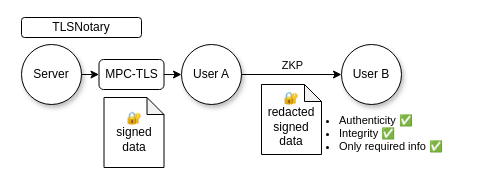
The draw.io diagram diagrams/data_provenance_tlsn.drawio in tlsnotary/docs-mdbook, before the edit. Source tidied: cells renumbered, new cells numbered last; positions are measured from the earlier drawing's top-left corner, leaving out a move shared by most shapes. Both pictures are drawn from the tidied source at 100%, with x=0, y=0 at pixel (21, 17).
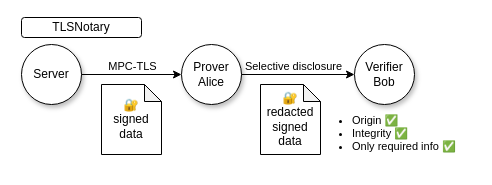
The same page after the edit.

Diff of the diagram source:
```diff
@@
 <mxGraphModel>
   <root>
     <mxCell id="0" />
     <mxCell id="1" parent="0" />
     <mxCell id="2" value="TLSNotary" style="rounded=1;whiteSpace=wrap;html=1;" parent="1" vertex="1">
       <mxGeometry width="120" height="20" as="geometry" />
     </mxCell>
     <mxCell id="3" value="Server" style="ellipse;whiteSpace=wrap;html=1;shadow=1;" parent="1" vertex="1">
       <mxGeometry y="27" width="60" height="60" as="geometry" />
     </mxCell>
-    <mxCell id="4" value="User A" style="ellipse;whiteSpace=wrap;html=1;shadow=1;" parent="1" vertex="1">
+    <mxCell id="4" value="Prover&lt;br&gt;Alice" style="ellipse;whiteSpace=wrap;html=1;shadow=1;" parent="1" vertex="1">
       <mxGeometry x="160" y="27" width="60" height="60" as="geometry" />
     </mxCell>
-    <mxCell id="5" value="User B" style="ellipse;whiteSpace=wrap;html=1;shadow=1;" parent="1" vertex="1">
-      <mxGeometry x="320" y="27" width="60" height="60" as="geometry" />
+    <mxCell id="5" value="Verifier&lt;br&gt;Bob" style="ellipse;whiteSpace=wrap;html=1;shadow=1;" parent="1" vertex="1">
+      <mxGeometry x="333" y="27" width="60" height="60" as="geometry" />
     </mxCell>
     <mxCell id="6" style="edgeStyle=orthogonalEdgeStyle;rounded=0;jettySize=auto;html=1;exitX=1;exitY=0.5;exitDx=0;exitDy=0;entryX=0;entryY=0.5;entryDx=0;entryDy=0;" parent="1" edge="1" source="4" target="5">
       <mxGeometry relative="1" as="geometry" />
     </mxCell>
-    <mxCell id="7" value="ZKP" style="edgeLabel;html=1;align=center;verticalAlign=middle;" parent="6" vertex="1">
-      <mxGeometry x="-0.24" y="1" relative="1" as="geometry">
-        <mxPoint x="12" y="-9" as="offset" />
-      </mxGeometry>
-    </mxCell>
+    <mxCell id="14" value="Selective disclosure" style="edgeLabel;html=1;align=center;verticalAlign=middle;labelBackgroundColor=none;" parent="6" vertex="1">
+      <mxGeometry x="0.14" y="-1" relative="1" as="geometry">
+        <mxPoint x="-13" y="-10" as="offset" />
+      </mxGeometry>
+    </mxCell>
     <mxCell id="8" value="🔐&lt;br&gt;signed&lt;br&gt;data&lt;br&gt;" style="shape=note;whiteSpace=wrap;html=1;backgroundOutline=1;darkOpacity=0.05;size=17;" parent="1" vertex="1">
-      <mxGeometry x="82.5" y="80" width="60" height="70" as="geometry" />
+      <mxGeometry x="80" y="67" width="60" height="70" as="geometry" />
     </mxCell>
     <mxCell id="9" value="🔐redacted&lt;br&gt;signed&lt;br style=&quot;border-color: var(--border-color);&quot;&gt;data" style="shape=note;whiteSpace=wrap;html=1;backgroundOutline=1;darkOpacity=0.05;size=17;" parent="1" vertex="1">
-      <mxGeometry x="240" y="67" width="60" height="70" as="geometry" />
+      <mxGeometry x="239" y="67" width="60" height="70" as="geometry" />
     </mxCell>
-    <mxCell id="10" value="&lt;ul style=&quot;font-size: 11px;&quot;&gt;&lt;li style=&quot;border-color: var(--border-color);&quot;&gt;Authenticity ✅&lt;/li&gt;&lt;li style=&quot;border-color: var(--border-color);&quot;&gt;Integrity&amp;nbsp;✅&lt;/li&gt;&lt;li style=&quot;border-color: var(--border-color);&quot;&gt;Only required info&amp;nbsp;✅&lt;br&gt;&lt;/li&gt;&lt;/ul&gt;" style="rounded=0;whiteSpace=wrap;html=1;align=left;fillColor=none;strokeColor=none;horizontal=1;" parent="1" vertex="1">
-      <mxGeometry x="276" y="86" width="164" height="60" as="geometry" />
+    <mxCell id="10" value="&lt;ul style=&quot;font-size: 11px;&quot;&gt;&lt;li style=&quot;border-color: var(--border-color);&quot;&gt;Origin ✅&lt;/li&gt;&lt;li style=&quot;border-color: var(--border-color);&quot;&gt;Integrity&amp;nbsp;✅&lt;/li&gt;&lt;li style=&quot;border-color: var(--border-color);&quot;&gt;Only required info&amp;nbsp;✅&lt;br&gt;&lt;/li&gt;&lt;/ul&gt;" style="rounded=0;whiteSpace=wrap;html=1;align=left;fillColor=none;strokeColor=none;horizontal=1;" parent="1" vertex="1">
+      <mxGeometry x="289" y="86" width="164" height="60" as="geometry" />
     </mxCell>
-    <mxCell id="11" style="edgeStyle=orthogonalEdgeStyle;rounded=0;jettySize=auto;html=1;exitX=1;exitY=0.5;exitDx=0;exitDy=0;entryX=0;entryY=0.5;entryDx=0;entryDy=0;" parent="1" edge="1" source="12" target="4">
-      <mxGeometry relative="1" as="geometry" />
-    </mxCell>
+    <mxCell id="13" style="edgeStyle=orthogonalEdgeStyle;rounded=0;jettySize=auto;html=1;exitX=1;exitY=0.5;exitDx=0;exitDy=0;entryX=0;entryY=0.5;entryDx=0;entryDy=0;" parent="1" edge="1" source="3" target="4">
+      <mxGeometry relative="1" as="geometry" />
+    </mxCell>
-    <mxCell id="12" value="MPC-TLS" style="rounded=1;whiteSpace=wrap;html=1;" parent="1" vertex="1">
-      <mxGeometry x="77.5" y="42" width="65" height="30" as="geometry" />
+    <mxCell id="12" value="MPC-TLS" style="edgeLabel;html=1;align=center;verticalAlign=middle;points=[];" parent="13" vertex="1">
+      <mxGeometry y="-1" relative="1" as="geometry">
+        <mxPoint y="-10" as="offset" />
+      </mxGeometry>
     </mxCell>
-    <mxCell id="13" style="edgeStyle=orthogonalEdgeStyle;rounded=0;jettySize=auto;html=1;exitX=1;exitY=0.5;exitDx=0;exitDy=0;entryX=0;entryY=0.5;entryDx=0;entryDy=0;" parent="1" edge="1" source="3" target="12">
-      <mxGeometry relative="1" as="geometry" />
-    </mxCell>
   </root>
 </mxGraphModel>
```
